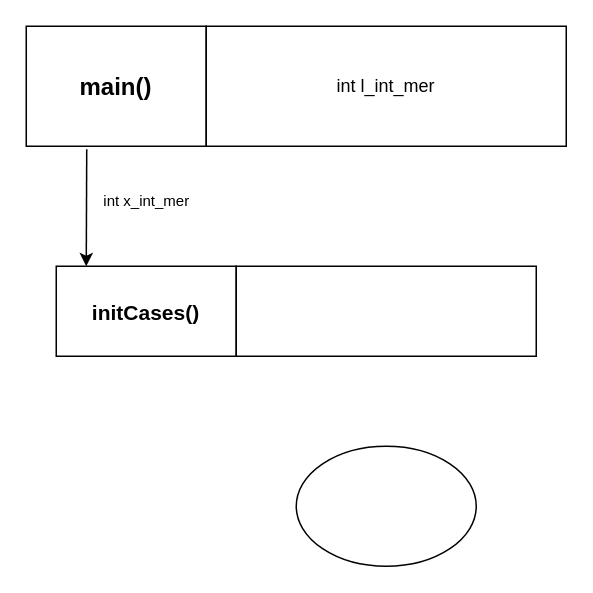
Above: InitCases.drawio in AntoineMg/BatailleNavale-is-back (draw.io), before the change. Source tidied: cells renumbered, new cells numbered last; positions are measured from the earlier drawing's top-left corner, leaving out a move shared by most shapes. Both pictures are drawn from the tidied source at 150%, with x=0, y=0 at pixel (26, 26).
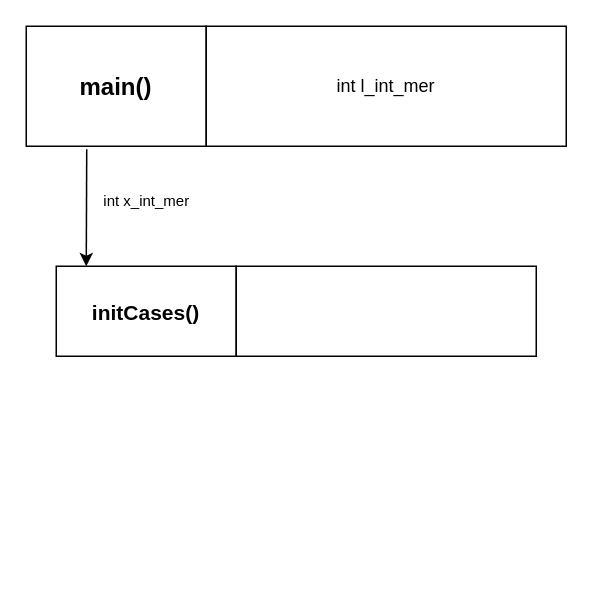
The same diagram, later.

Commit message:
Mettre à jour InitCases.drawio

The edit, as a diff of the source:
```diff
@@
 <mxGraphModel>
   <root>
     <mxCell id="0" />
     <mxCell id="1" parent="0" />
     <mxCell id="2" value="&lt;font style=&quot;font-size: 16px;&quot;&gt;&lt;b&gt;main()&lt;/b&gt;&lt;/font&gt;" style="rounded=0;whiteSpace=wrap;html=1;align=center;" parent="1" vertex="1">
       <mxGeometry width="120" height="80" as="geometry" />
     </mxCell>
     <mxCell id="3" value="int l_int_mer" style="rounded=0;whiteSpace=wrap;html=1;align=center;" parent="1" vertex="1">
       <mxGeometry x="120" width="240" height="80" as="geometry" />
     </mxCell>
     <mxCell id="4" value="&lt;b&gt;&lt;font style=&quot;font-size: 14px;&quot;&gt;initCases()&lt;/font&gt;&lt;/b&gt;" style="rounded=0;whiteSpace=wrap;html=1;fontSize=16;" parent="1" vertex="1">
       <mxGeometry x="20" y="160" width="120" height="60" as="geometry" />
     </mxCell>
     <mxCell id="5" style="rounded=0;whiteSpace=wrap;html=1;fontSize=16;" parent="1" vertex="1">
       <mxGeometry x="140" y="160" width="200" height="60" as="geometry" />
     </mxCell>
     <mxCell id="6" style="endArrow=classic;html=1;rounded=0;fontSize=14;exitX=0.336;exitY=1.025;exitDx=0;exitDy=0;exitPerimeter=0;" parent="1" edge="1" source="2">
       <mxGeometry relative="1" as="geometry">
         <mxPoint x="40" y="160" as="targetPoint" />
       </mxGeometry>
     </mxCell>
     <mxCell id="7" value="&lt;font style=&quot;font-size: 10px;&quot;&gt;int x_int_mer&lt;/font&gt;" style="text;html=1;align=center;verticalAlign=middle;strokeColor=none;fillColor=none;fontSize=14;" parent="1" vertex="1">
       <mxGeometry x="40" y="100" width="80" height="30" as="geometry" />
     </mxCell>
-    <mxCell id="8" style="ellipse;whiteSpace=wrap;html=1;" parent="1" vertex="1">
-      <mxGeometry x="180" y="280" width="120" height="80" as="geometry" />
-    </mxCell>
   </root>
 </mxGraphModel>
```
